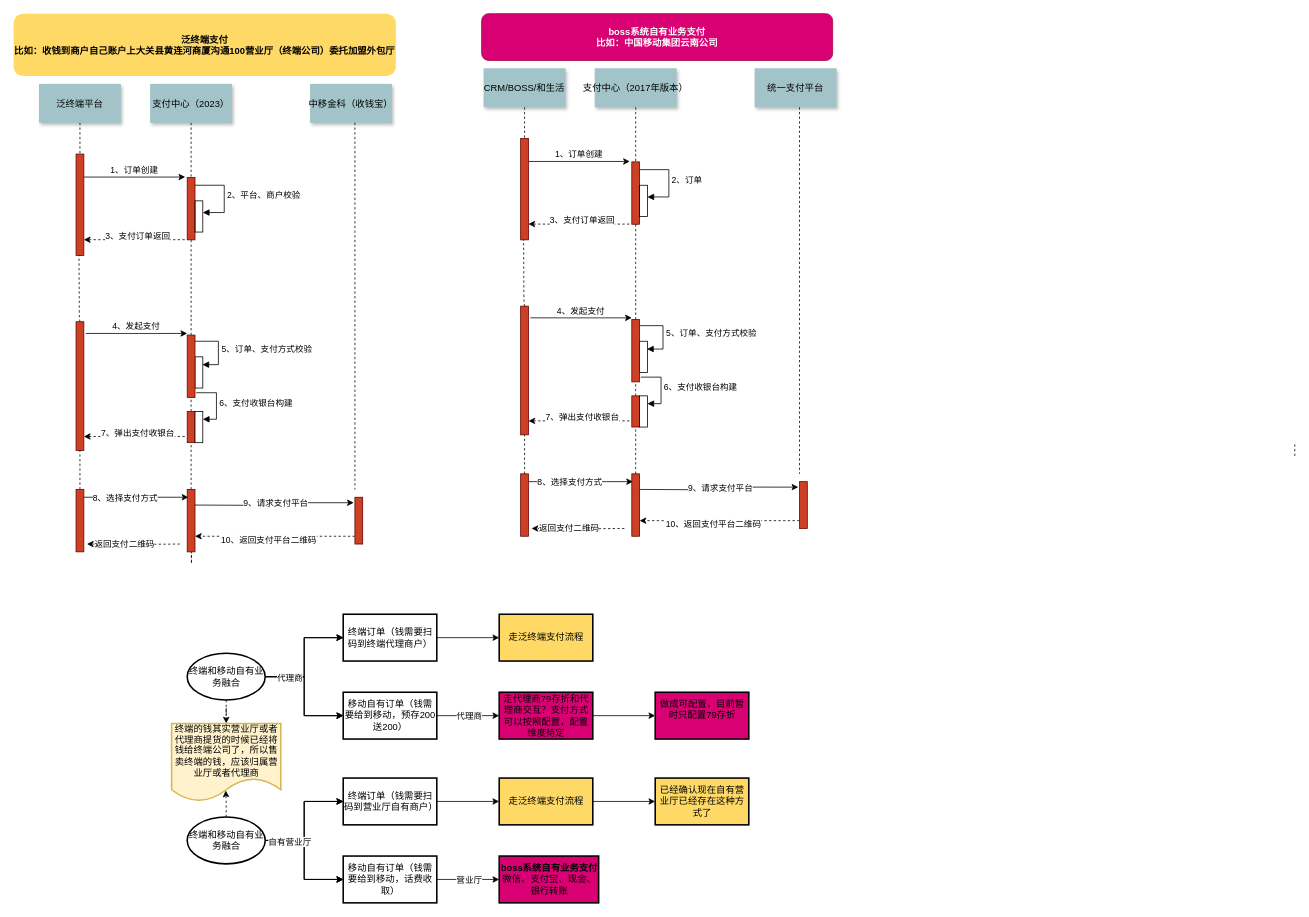
Above: page "Page-1" (1 of 2) of 未命名绘图.drawio in 315944211/doc (draw.io), before the change. Source tidied: cells renumbered, new cells numbered last; positions are measured from the earlier drawing's top-left corner, leaving out a move shared by most shapes. Both pictures are drawn from the tidied source at 78%, with x=0, y=0 at pixel (13, 13).
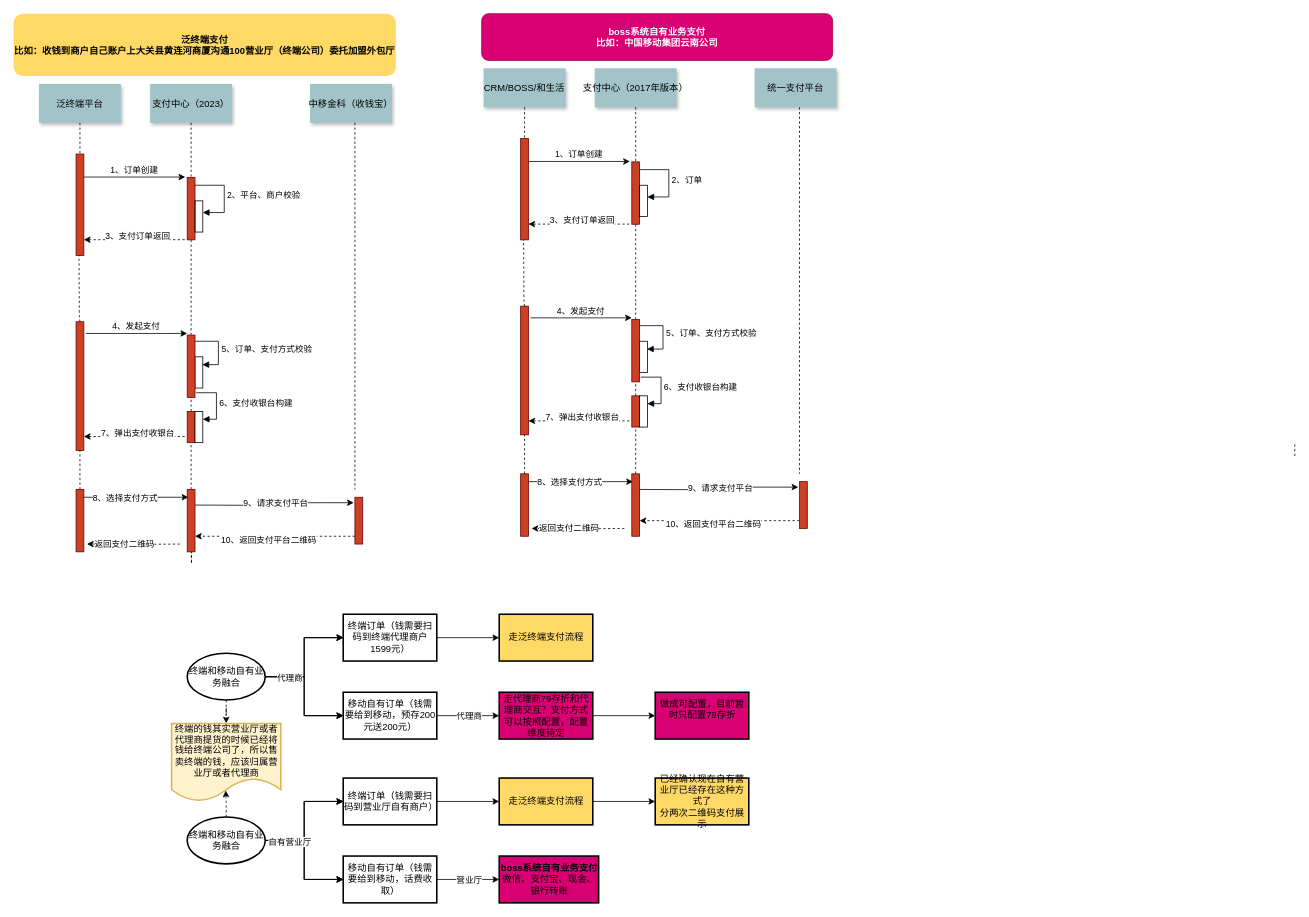
Above is the later version.

Commit message:
更新未命名绘图.drawio

What changed in the source:
```diff
@@
-    <mxCell id="96" value="终端订单（钱需要扫码到终端代理商户）" style="whiteSpace=wrap;html=1;strokeWidth=2;" parent="1" vertex="1">
+    <mxCell id="96" value="终端订单（钱需要扫码到终端代理商户1599元）" style="whiteSpace=wrap;html=1;strokeWidth=2;" parent="1" vertex="1">
       <mxGeometry x="422.5" y="770" width="120" height="60" as="geometry" />
     </mxCell>
@@
-    <mxCell id="99" value="移动自有订单（钱需要给到移动，预存200送200）" style="whiteSpace=wrap;html=1;strokeWidth=2;" parent="1" vertex="1">
+    <mxCell id="99" value="移动自有订单（钱需要给到移动，预存200元送200元）" style="whiteSpace=wrap;html=1;strokeWidth=2;" parent="1" vertex="1">
       <mxGeometry x="422.5" y="870" width="120" height="60" as="geometry" />
     </mxCell>
@@
-    <mxCell id="121" value="已经确认现在自有营业厅已经存在这种方式了" style="whiteSpace=wrap;html=1;fillColor=#FFD966;strokeWidth=2;" parent="1" vertex="1">
+    <mxCell id="121" value="已经确认现在自有营业厅已经存在这种方式了&lt;div&gt;分两次二维码支付展示&lt;/div&gt;" style="whiteSpace=wrap;html=1;fillColor=#FFD966;strokeWidth=2;" parent="1" vertex="1">
       <mxGeometry x="822.5" y="980" width="120" height="60" as="geometry" />
     </mxCell>
```
